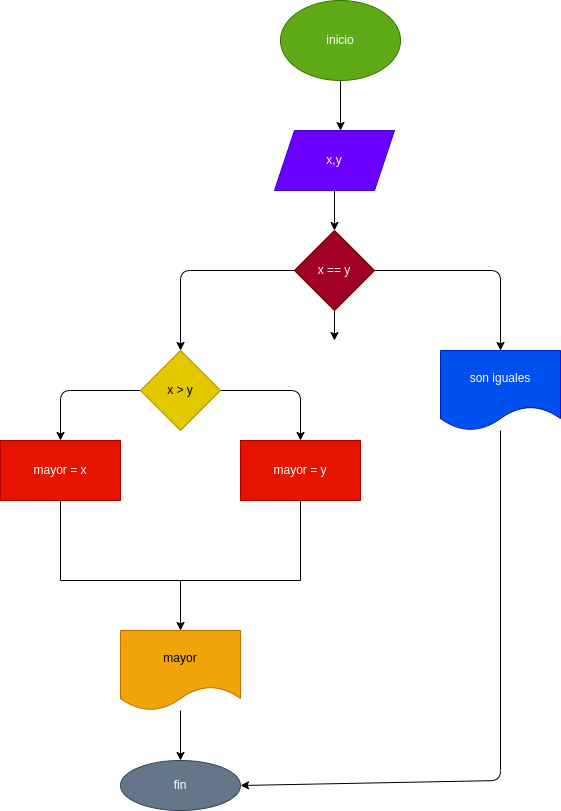
Earlier version of the draw.io export diagraama.png (tararzona2006/mayor_2enteros). Source tidied: cells renumbered, new cells last; positions are measured from the earlier drawing's top-left corner, leaving out a move shared by most shapes.
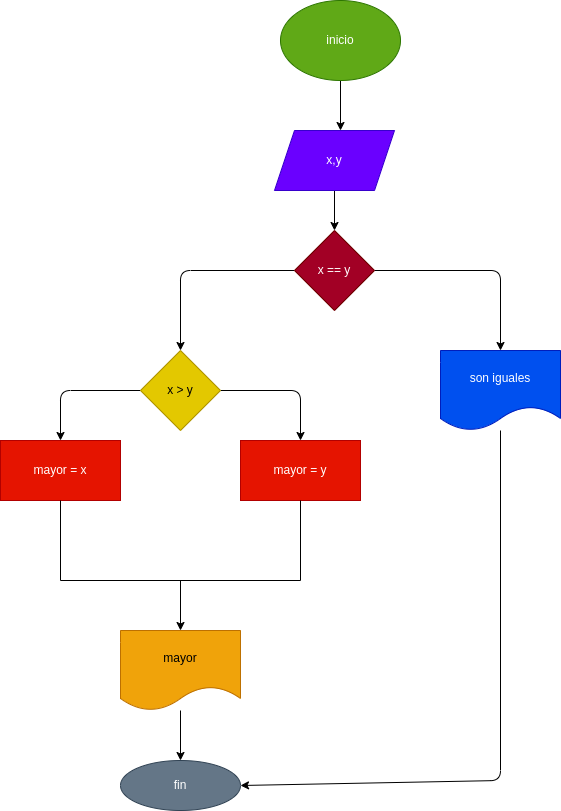
Above is the later version.

Commit message:
se creo el diagrama de flujo y se agrego el README

The edit, as a diff of the source:
```diff
@@ -54,11 +54,6 @@
     <mxCell id="13" value="fin" style="ellipse;whiteSpace=wrap;html=1;fillColor=#647687;fontColor=#ffffff;strokeColor=#314354;" parent="1" vertex="1">
       <mxGeometry x="120" y="760" width="120" height="50" as="geometry" />
     </mxCell>
-    <mxCell id="14" style="edgeStyle=none;html=1;" parent="1" edge="1" source="17">
-      <mxGeometry relative="1" as="geometry">
-        <mxPoint x="334" y="340" as="targetPoint" />
-      </mxGeometry>
-    </mxCell>
     <mxCell id="15" style="edgeStyle=none;html=1;exitX=1;exitY=0.5;exitDx=0;exitDy=0;" parent="1" edge="1" source="17">
       <mxGeometry relative="1" as="geometry">
         <mxPoint x="500" y="350" as="targetPoint" />
```
